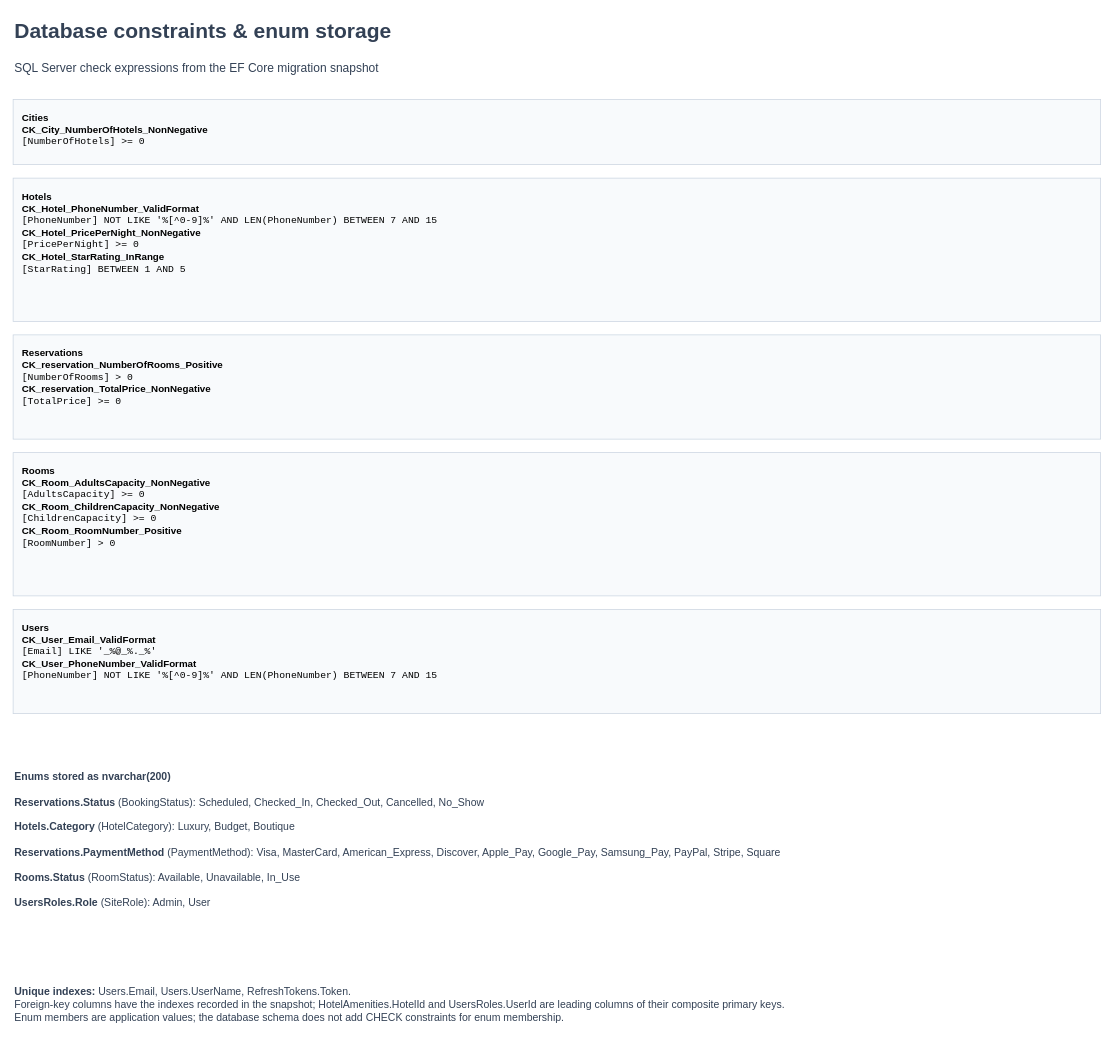
none-empty/none-empty-Travel-and-Accommodation-Booking-Platform-BackEnd keeps this draw.io diagram as page "Constraints and enums" (2 of 2) of docs/database-schema.drawio. Above is the earlier version. Source tidied: cells renumbered, new cells numbered last; positions are measured from the earlier drawing's top-left corner, leaving out a move shared by most shapes. Both pictures are drawn from the tidied source at 75%, with x=0, y=0 at pixel (13, 13).
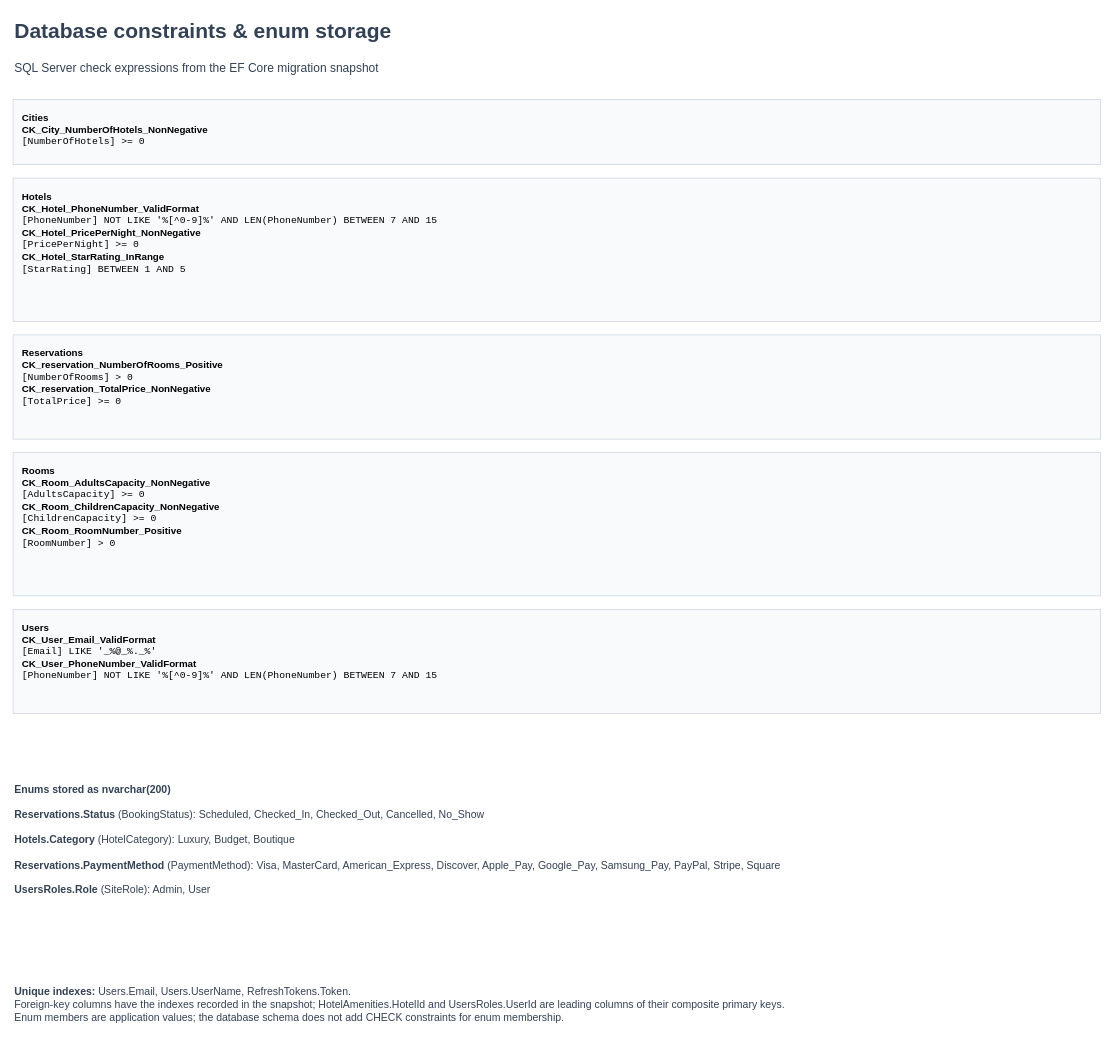
After the change.

The edit, as a diff of the source:
```diff
@@
 <mxGraphModel>
   <root>
     <mxCell id="0" />
     <mxCell id="1" parent="0" />
     <mxCell id="2" value="&lt;b&gt;Database constraints &amp;amp; enum storage&lt;/b&gt;" style="text;html=1;align=left;verticalAlign=middle;whiteSpace=wrap;overflow=hidden;fontSize=28;fontColor=#334155;" parent="1" vertex="1">
       <mxGeometry width="1450" height="45" as="geometry" />
     </mxCell>
     <mxCell id="3" value="SQL Server check expressions from the EF Core migration snapshot" style="text;html=1;align=left;verticalAlign=middle;whiteSpace=wrap;overflow=hidden;fontSize=16;fontColor=#334155;" parent="1" vertex="1">
       <mxGeometry y="55" width="1450" height="35" as="geometry" />
     </mxCell>
     <mxCell id="4" value="&lt;b&gt;Cities&lt;/b&gt;&lt;br&gt;&lt;b&gt;CK_City_NumberOfHotels_NonNegative&lt;/b&gt;&lt;br&gt;&lt;font face=&quot;monospace&quot;&gt;[NumberOfHotels] &amp;gt;= 0&lt;/font&gt;" style="rounded=0;html=1;whiteSpace=wrap;align=left;verticalAlign=top;spacing=12;fillColor=#f8fafc;strokeColor=#cbd5e1;fontSize=13;" parent="1" vertex="1">
       <mxGeometry y="115" width="1450" height="87" as="geometry" />
     </mxCell>
     <mxCell id="5" value="&lt;b&gt;Hotels&lt;/b&gt;&lt;br&gt;&lt;b&gt;CK_Hotel_PhoneNumber_ValidFormat&lt;/b&gt;&lt;br&gt;&lt;font face=&quot;monospace&quot;&gt;[PhoneNumber] NOT LIKE &amp;#x27;%[^0-9]%&amp;#x27; AND LEN(PhoneNumber) BETWEEN 7 AND 15&lt;/font&gt;&lt;br&gt;&lt;b&gt;CK_Hotel_PricePerNight_NonNegative&lt;/b&gt;&lt;br&gt;&lt;font face=&quot;monospace&quot;&gt;[PricePerNight] &amp;gt;= 0&lt;/font&gt;&lt;br&gt;&lt;b&gt;CK_Hotel_StarRating_InRange&lt;/b&gt;&lt;br&gt;&lt;font face=&quot;monospace&quot;&gt;[StarRating] BETWEEN 1 AND 5&lt;/font&gt;" style="rounded=0;html=1;whiteSpace=wrap;align=left;verticalAlign=top;spacing=12;fillColor=#f8fafc;strokeColor=#cbd5e1;fontSize=13;" parent="1" vertex="1">
       <mxGeometry y="220" width="1450" height="191" as="geometry" />
     </mxCell>
     <mxCell id="6" value="&lt;b&gt;Reservations&lt;/b&gt;&lt;br&gt;&lt;b&gt;CK_reservation_NumberOfRooms_Positive&lt;/b&gt;&lt;br&gt;&lt;font face=&quot;monospace&quot;&gt;[NumberOfRooms] &amp;gt; 0&lt;/font&gt;&lt;br&gt;&lt;b&gt;CK_reservation_TotalPrice_NonNegative&lt;/b&gt;&lt;br&gt;&lt;font face=&quot;monospace&quot;&gt;[TotalPrice] &amp;gt;= 0&lt;/font&gt;" style="rounded=0;html=1;whiteSpace=wrap;align=left;verticalAlign=top;spacing=12;fillColor=#f8fafc;strokeColor=#cbd5e1;fontSize=13;" parent="1" vertex="1">
       <mxGeometry y="429" width="1450" height="139" as="geometry" />
     </mxCell>
     <mxCell id="7" value="&lt;b&gt;Rooms&lt;/b&gt;&lt;br&gt;&lt;b&gt;CK_Room_AdultsCapacity_NonNegative&lt;/b&gt;&lt;br&gt;&lt;font face=&quot;monospace&quot;&gt;[AdultsCapacity] &amp;gt;= 0&lt;/font&gt;&lt;br&gt;&lt;b&gt;CK_Room_ChildrenCapacity_NonNegative&lt;/b&gt;&lt;br&gt;&lt;font face=&quot;monospace&quot;&gt;[ChildrenCapacity] &amp;gt;= 0&lt;/font&gt;&lt;br&gt;&lt;b&gt;CK_Room_RoomNumber_Positive&lt;/b&gt;&lt;br&gt;&lt;font face=&quot;monospace&quot;&gt;[RoomNumber] &amp;gt; 0&lt;/font&gt;" style="rounded=0;html=1;whiteSpace=wrap;align=left;verticalAlign=top;spacing=12;fillColor=#f8fafc;strokeColor=#cbd5e1;fontSize=13;" parent="1" vertex="1">
       <mxGeometry y="586" width="1450" height="191" as="geometry" />
     </mxCell>
     <mxCell id="8" value="&lt;b&gt;Users&lt;/b&gt;&lt;br&gt;&lt;b&gt;CK_User_Email_ValidFormat&lt;/b&gt;&lt;br&gt;&lt;font face=&quot;monospace&quot;&gt;[Email] LIKE &amp;#x27;_%@_%._%&amp;#x27;&lt;/font&gt;&lt;br&gt;&lt;b&gt;CK_User_PhoneNumber_ValidFormat&lt;/b&gt;&lt;br&gt;&lt;font face=&quot;monospace&quot;&gt;[PhoneNumber] NOT LIKE &amp;#x27;%[^0-9]%&amp;#x27; AND LEN(PhoneNumber) BETWEEN 7 AND 15&lt;/font&gt;" style="rounded=0;html=1;whiteSpace=wrap;align=left;verticalAlign=top;spacing=12;fillColor=#f8fafc;strokeColor=#cbd5e1;fontSize=13;" parent="1" vertex="1">
       <mxGeometry y="795" width="1450" height="139" as="geometry" />
     </mxCell>
-    <mxCell id="9" value="&lt;b&gt;Enums stored as nvarchar(200)&lt;/b&gt;&lt;br&gt;&lt;br&gt;&lt;b&gt;Reservations.Status&lt;/b&gt; (BookingStatus): Scheduled, Checked_In, Checked_Out, Cancelled, No_Show&lt;br&gt;&lt;br&gt;&lt;b&gt;Hotels.Category&lt;/b&gt; (HotelCategory): Luxury, Budget, Boutique&lt;br&gt;&lt;br&gt;&lt;b&gt;Reservations.PaymentMethod&lt;/b&gt; (PaymentMethod): Visa, MasterCard, American_Express, Discover, Apple_Pay, Google_Pay, Samsung_Pay, PayPal, Stripe, Square&lt;br&gt;&lt;br&gt;&lt;b&gt;Rooms.Status&lt;/b&gt; (RoomStatus): Available, Unavailable, In_Use&lt;br&gt;&lt;br&gt;&lt;b&gt;UsersRoles.Role&lt;/b&gt; (SiteRole): Admin, User" style="text;html=1;align=left;verticalAlign=middle;whiteSpace=wrap;overflow=hidden;fontSize=14;fontColor=#334155;" parent="1" vertex="1">
+    <mxCell id="9" value="&lt;b&gt;Enums stored as nvarchar(200)&lt;/b&gt;&lt;br&gt;&lt;br&gt;&lt;b&gt;Reservations.Status&lt;/b&gt; (BookingStatus): Scheduled, Checked_In, Checked_Out, Cancelled, No_Show&lt;br&gt;&lt;br&gt;&lt;b&gt;Hotels.Category&lt;/b&gt; (HotelCategory): Luxury, Budget, Boutique&lt;br&gt;&lt;br&gt;&lt;b&gt;Reservations.PaymentMethod&lt;/b&gt; (PaymentMethod): Visa, MasterCard, American_Express, Discover, Apple_Pay, Google_Pay, Samsung_Pay, PayPal, Stripe, Square&lt;br&gt;&lt;br&gt;&lt;b&gt;UsersRoles.Role&lt;/b&gt; (SiteRole): Admin, User" style="text;html=1;align=left;verticalAlign=middle;whiteSpace=wrap;overflow=hidden;fontSize=14;fontColor=#334155;" parent="1" vertex="1">
       <mxGeometry y="952" width="1450" height="300" as="geometry" />
     </mxCell>
     <mxCell id="10" value="&lt;b&gt;Unique indexes:&lt;/b&gt; Users.Email, Users.UserName, RefreshTokens.Token.&lt;br&gt;Foreign-key columns have the indexes recorded in the snapshot; HotelAmenities.HotelId and UsersRoles.UserId are leading columns of their composite primary keys.&lt;br&gt;Enum members are application values; the database schema does not add CHECK constraints for enum membership." style="text;html=1;align=left;verticalAlign=middle;whiteSpace=wrap;overflow=hidden;fontSize=14;fontColor=#334155;" parent="1" vertex="1">
       <mxGeometry y="1267" width="1450" height="110" as="geometry" />
     </mxCell>
   </root>
 </mxGraphModel>
```
